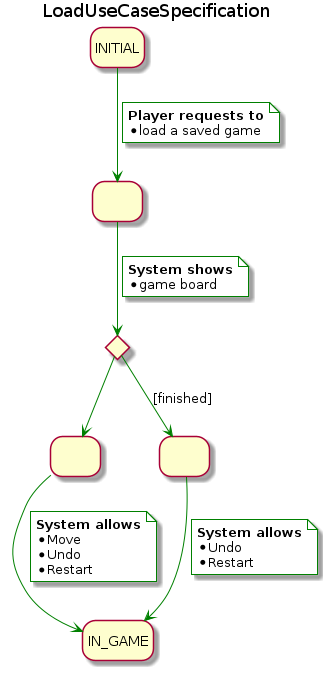
Before: docs/output/use-cases/specification/LoadUseCaseSpecification.png, a diagram exported from PlantUML (Master-Desarrollo-20-21/patrones-diseno---practica-final---juego-de-las-damas-fraylopez).
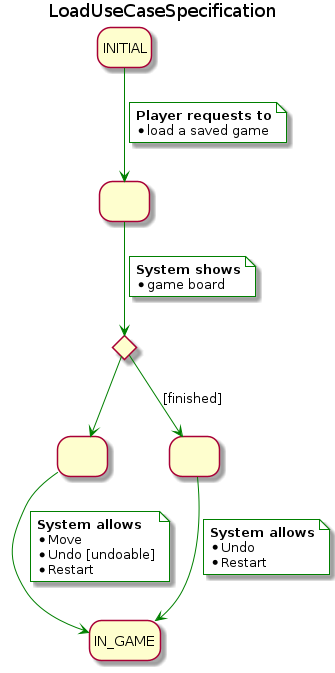
Above is the later version.

What changed in the source:
```diff
@@ -30,7 +30,7 @@
 note on link
   <b>System allows
   * Move
-  * Undo
+  * Undo [undoable]
   * Restart
 end note
 
```
